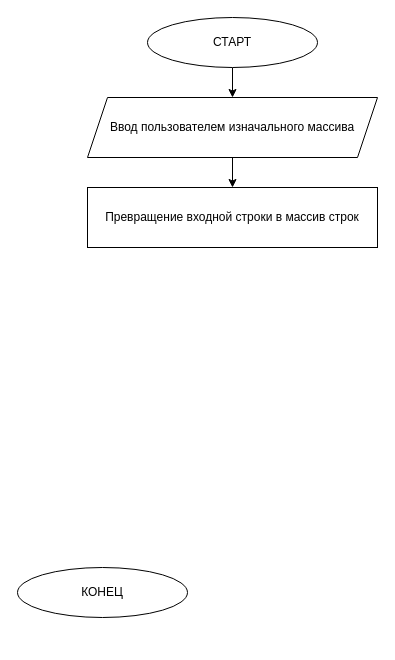
The draw.io diagram algorythm.dio in AbbosAtamuratov/GB-1st-block-final-test, before the edit. Source tidied: cells renumbered, new cells numbered last; positions are measured from the earlier drawing's top-left corner, leaving out a move shared by most shapes. Both pictures are drawn from the tidied source at 100%, with x=0, y=0 at pixel (17, 17).
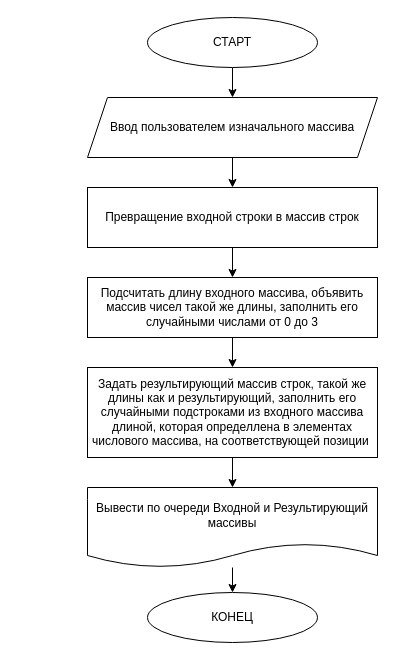
The same page after the edit.

Commit message:
block diagram rdy

Change to the diagram source:
```diff
@@
 <mxGraphModel>
   <root>
     <mxCell id="0" />
     <mxCell id="1" parent="0" />
     <mxCell id="2" style="edgeStyle=none;html=1;" parent="1" edge="1" source="3" target="6">
       <mxGeometry relative="1" as="geometry" />
     </mxCell>
     <mxCell id="3" value="СТАРТ" style="ellipse;whiteSpace=wrap;html=1;" parent="1" vertex="1">
       <mxGeometry x="130" width="170" height="50" as="geometry" />
     </mxCell>
     <mxCell id="4" value="КОНЕЦ" style="ellipse;whiteSpace=wrap;html=1;" parent="1" vertex="1">
-      <mxGeometry y="550" width="170" height="50" as="geometry" />
+      <mxGeometry x="130" y="575" width="170" height="50" as="geometry" />
     </mxCell>
     <mxCell id="5" style="edgeStyle=none;html=1;" parent="1" edge="1" source="6" target="7">
       <mxGeometry relative="1" as="geometry" />
     </mxCell>
     <mxCell id="6" value="Ввод пользователем изначального массива" style="shape=parallelogram;perimeter=parallelogramPerimeter;whiteSpace=wrap;html=1;fixedSize=1;" parent="1" vertex="1">
       <mxGeometry x="70" y="80" width="290" height="60" as="geometry" />
     </mxCell>
+    <mxCell id="8" style="edgeStyle=none;html=1;" parent="1" edge="1" source="7" target="10">
+      <mxGeometry relative="1" as="geometry" />
+    </mxCell>
     <mxCell id="7" value="Превращение входной строки в массив строк" style="whiteSpace=wrap;html=1;" parent="1" vertex="1">
       <mxGeometry x="70" y="170" width="290" height="60" as="geometry" />
     </mxCell>
+    <mxCell id="9" style="edgeStyle=none;html=1;" parent="1" edge="1" source="10" target="12">
+      <mxGeometry relative="1" as="geometry" />
+    </mxCell>
+    <mxCell id="10" value="Подсчитать длину входного массива, объявить массив чисел такой же длины, заполнить его случайными числами от 0 до 3" style="whiteSpace=wrap;html=1;" parent="1" vertex="1">
+      <mxGeometry x="70" y="260" width="290" height="60" as="geometry" />
+    </mxCell>
+    <mxCell id="11" style="edgeStyle=none;html=1;" parent="1" edge="1" source="12" target="14">
+      <mxGeometry relative="1" as="geometry" />
+    </mxCell>
+    <mxCell id="12" value="Задать результирующий массив строк, такой же длины как и результирующий, заполнить его случайными подстроками из входного массива длиной, которая определлена в элементах числового массива, на соответствующей позиции&amp;nbsp;" style="whiteSpace=wrap;html=1;" parent="1" vertex="1">
+      <mxGeometry x="70" y="350" width="290" height="90" as="geometry" />
+    </mxCell>
+    <mxCell id="13" style="edgeStyle=none;html=1;" parent="1" edge="1" source="14" target="4">
+      <mxGeometry relative="1" as="geometry" />
+    </mxCell>
+    <mxCell id="14" value="Вывести по очереди Входной и Результирующий массивы" style="shape=document;whiteSpace=wrap;html=1;boundedLbl=1;" parent="1" vertex="1">
+      <mxGeometry x="70" y="470" width="290" height="80" as="geometry" />
+    </mxCell>
   </root>
 </mxGraphModel>
```
